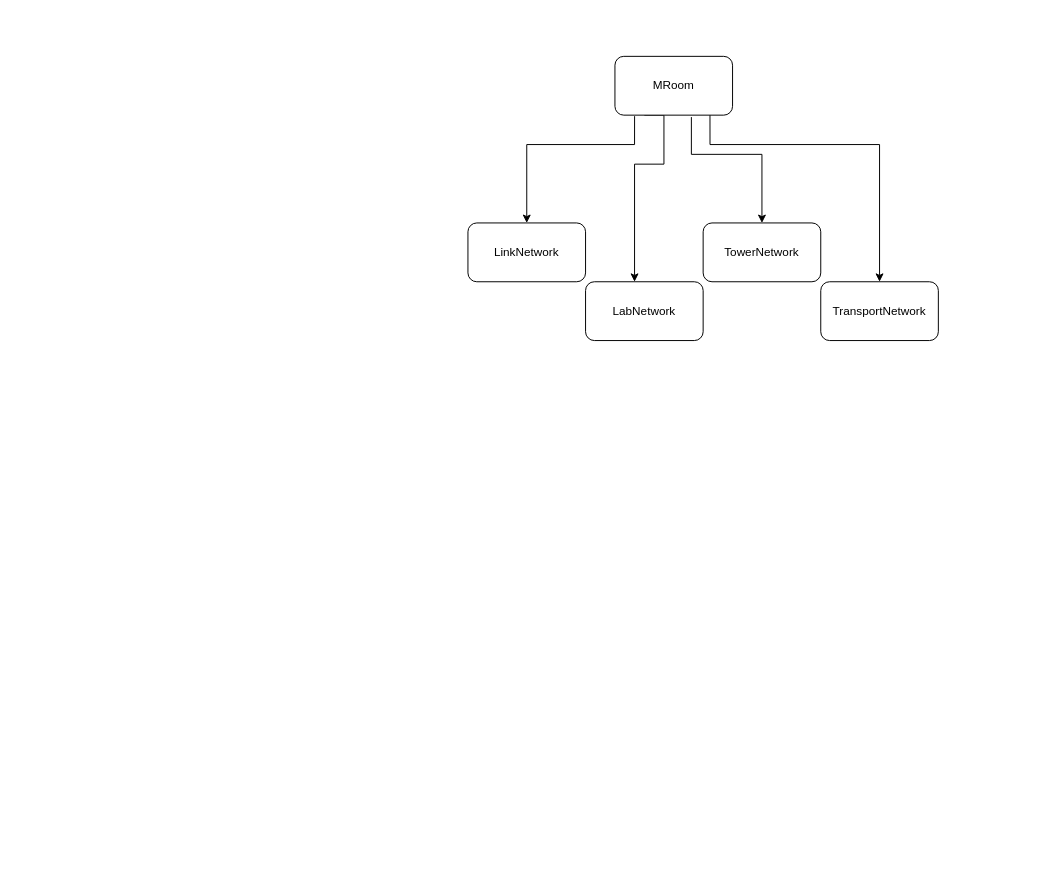
Before: screeps.drawio in xiejizhen007/storage, a draw.io diagram. Source tidied: cells renumbered, new cells numbered last; positions are measured from the earlier drawing's top-left corner, leaving out a move shared by most shapes. Both pictures are drawn from the tidied source at 98%, with x=0, y=0 at pixel (467, 56).
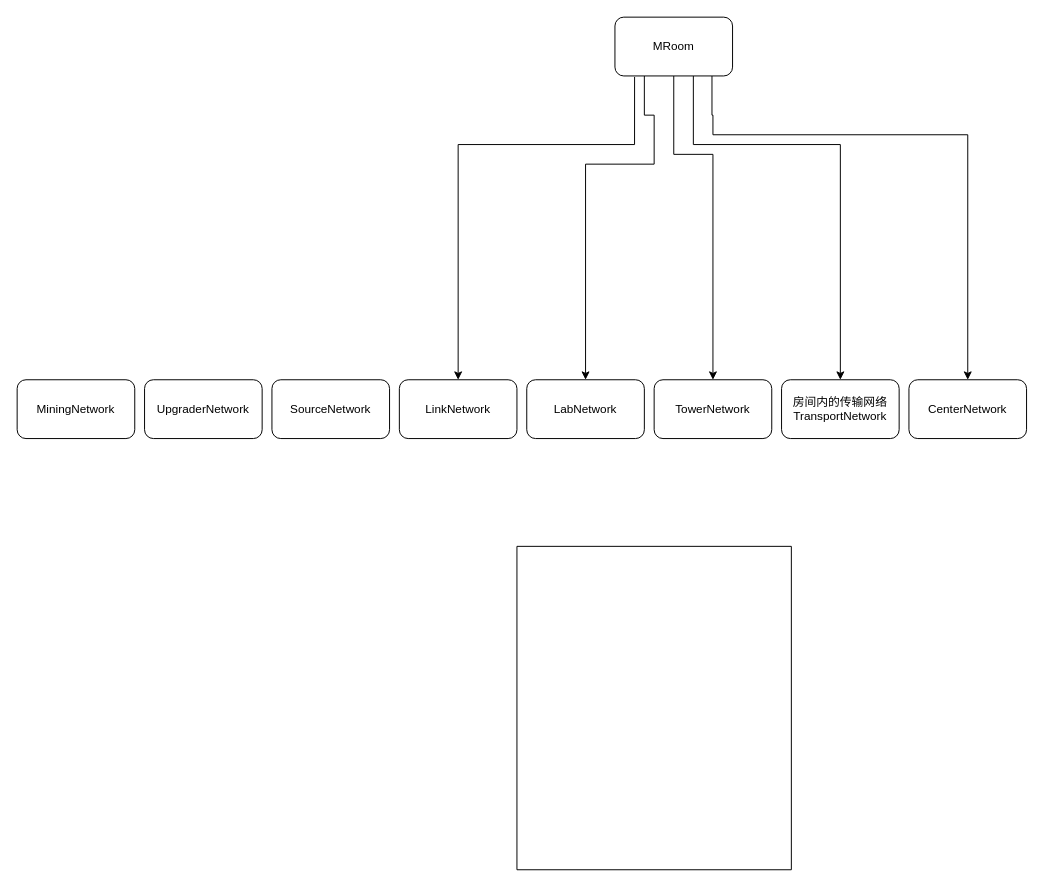
The same diagram, later.

Diff of the diagram source:
```diff
@@
     <mxCell id="2" style="edgeStyle=orthogonalEdgeStyle;rounded=0;jettySize=auto;html=1;exitX=0.167;exitY=1.017;exitDx=0;exitDy=0;exitPerimeter=0;entryX=0.5;entryY=0;entryDx=0;entryDy=0;" parent="1" edge="1" source="6" target="7">
       <mxGeometry relative="1" as="geometry">
         <Array as="points">
           <mxPoint x="170" y="90" />
-          <mxPoint x="60" y="90" />
-          <mxPoint x="60" y="170" />
+          <mxPoint x="-10" y="90" />
         </Array>
       </mxGeometry>
     </mxCell>
-    <mxCell id="3" style="edgeStyle=orthogonalEdgeStyle;rounded=0;jettySize=auto;html=1;exitX=0.65;exitY=1.033;exitDx=0;exitDy=0;entryX=0.5;entryY=0;entryDx=0;entryDy=0;exitPerimeter=0;" parent="1" edge="1" source="6" target="9">
+    <mxCell id="3" style="edgeStyle=orthogonalEdgeStyle;rounded=0;jettySize=auto;html=1;exitX=0.5;exitY=1;exitDx=0;exitDy=0;entryX=0.5;entryY=0;entryDx=0;entryDy=0;" parent="1" edge="1" source="6" target="9">
       <mxGeometry relative="1" as="geometry">
         <Array as="points">
-          <mxPoint x="228" y="100" />
-          <mxPoint x="300" y="100" />
+          <mxPoint x="210" y="100" />
+          <mxPoint x="250" y="100" />
         </Array>
       </mxGeometry>
     </mxCell>
-    <mxCell id="4" style="edgeStyle=orthogonalEdgeStyle;rounded=0;jettySize=auto;html=1;exitX=0.808;exitY=0.983;exitDx=0;exitDy=0;exitPerimeter=0;entryX=0.5;entryY=0;entryDx=0;entryDy=0;" parent="1" edge="1" source="6" target="10">
+    <mxCell id="4" style="edgeStyle=orthogonalEdgeStyle;rounded=0;jettySize=auto;html=1;entryX=0.5;entryY=0;entryDx=0;entryDy=0;" parent="1" edge="1" source="6" target="10">
       <mxGeometry relative="1" as="geometry">
         <Array as="points">
-          <mxPoint x="247" y="90" />
-          <mxPoint x="420" y="90" />
+          <mxPoint x="230" y="90" />
+          <mxPoint x="380" y="90" />
         </Array>
       </mxGeometry>
     </mxCell>
-    <mxCell id="5" style="edgeStyle=orthogonalEdgeStyle;rounded=0;jettySize=auto;html=1;exitX=0.25;exitY=1;exitDx=0;exitDy=0;" parent="1" edge="1" source="6" target="8">
+    <mxCell id="5" style="edgeStyle=orthogonalEdgeStyle;rounded=0;jettySize=auto;html=1;exitX=0.25;exitY=1;exitDx=0;exitDy=0;entryX=0.5;entryY=0;entryDx=0;entryDy=0;" parent="1" edge="1" source="6" target="8">
       <mxGeometry relative="1" as="geometry">
         <Array as="points">
-          <mxPoint x="200" y="60" />
-          <mxPoint x="200" y="110" />
-          <mxPoint x="170" y="110" />
+          <mxPoint x="190" y="60" />
+          <mxPoint x="190" y="110" />
+          <mxPoint x="120" y="110" />
         </Array>
       </mxGeometry>
     </mxCell>
+    <mxCell id="11" style="edgeStyle=orthogonalEdgeStyle;rounded=0;jettySize=auto;html=1;exitX=0.825;exitY=0.983;exitDx=0;exitDy=0;entryX=0.5;entryY=0;entryDx=0;entryDy=0;exitPerimeter=0;" parent="1" edge="1" source="6" target="12">
+      <mxGeometry relative="1" as="geometry">
+        <Array as="points">
+          <mxPoint x="249" y="60" />
+          <mxPoint x="250" y="60" />
+          <mxPoint x="250" y="80" />
+          <mxPoint x="510" y="80" />
+        </Array>
+      </mxGeometry>
+    </mxCell>
     <mxCell id="6" value="MRoom" style="rounded=1;whiteSpace=wrap;html=1;" parent="1" vertex="1">
-      <mxGeometry x="150" width="120" height="60" as="geometry" />
+      <mxGeometry x="150" y="-40" width="120" height="60" as="geometry" />
     </mxCell>
     <mxCell id="7" value="LinkNetwork" style="rounded=1;whiteSpace=wrap;html=1;" parent="1" vertex="1">
-      <mxGeometry y="170" width="120" height="60" as="geometry" />
+      <mxGeometry x="-70" y="330" width="120" height="60" as="geometry" />
     </mxCell>
     <mxCell id="8" value="LabNetwork" style="rounded=1;whiteSpace=wrap;html=1;" parent="1" vertex="1">
-      <mxGeometry x="120" y="230" width="120" height="60" as="geometry" />
+      <mxGeometry x="60" y="330" width="120" height="60" as="geometry" />
     </mxCell>
     <mxCell id="9" value="TowerNetwork" style="rounded=1;whiteSpace=wrap;html=1;" parent="1" vertex="1">
-      <mxGeometry x="240" y="170" width="120" height="60" as="geometry" />
+      <mxGeometry x="190" y="330" width="120" height="60" as="geometry" />
     </mxCell>
-    <mxCell id="10" value="TransportNetwork&lt;br&gt;" style="rounded=1;whiteSpace=wrap;html=1;" parent="1" vertex="1">
-      <mxGeometry x="360" y="230" width="120" height="60" as="geometry" />
+    <mxCell id="10" value="房间内的传输网络&lt;br&gt;TransportNetwork" style="rounded=1;whiteSpace=wrap;html=1;" parent="1" vertex="1">
+      <mxGeometry x="320" y="330" width="120" height="60" as="geometry" />
     </mxCell>
+    <mxCell id="12" value="CenterNetwork" style="rounded=1;whiteSpace=wrap;html=1;" parent="1" vertex="1">
+      <mxGeometry x="450" y="330" width="120" height="60" as="geometry" />
+    </mxCell>
+    <mxCell id="13" value="SourceNetwork" style="rounded=1;whiteSpace=wrap;html=1;" parent="1" vertex="1">
+      <mxGeometry x="-200" y="330" width="120" height="60" as="geometry" />
+    </mxCell>
+    <mxCell id="14" value="UpgraderNetwork" style="rounded=1;whiteSpace=wrap;html=1;" parent="1" vertex="1">
+      <mxGeometry x="-330" y="330" width="120" height="60" as="geometry" />
+    </mxCell>
+    <mxCell id="15" value="MiningNetwork" style="rounded=1;whiteSpace=wrap;html=1;" parent="1" vertex="1">
+      <mxGeometry x="-460" y="330" width="120" height="60" as="geometry" />
+    </mxCell>
+    <mxCell id="16" style="swimlane;startSize=0;rounded=0;shadow=0;glass=0;swimlaneLine=1;gradientColor=none;" parent="1" vertex="1">
+      <mxGeometry x="50" y="500" width="280" height="330" as="geometry" />
+    </mxCell>
```
